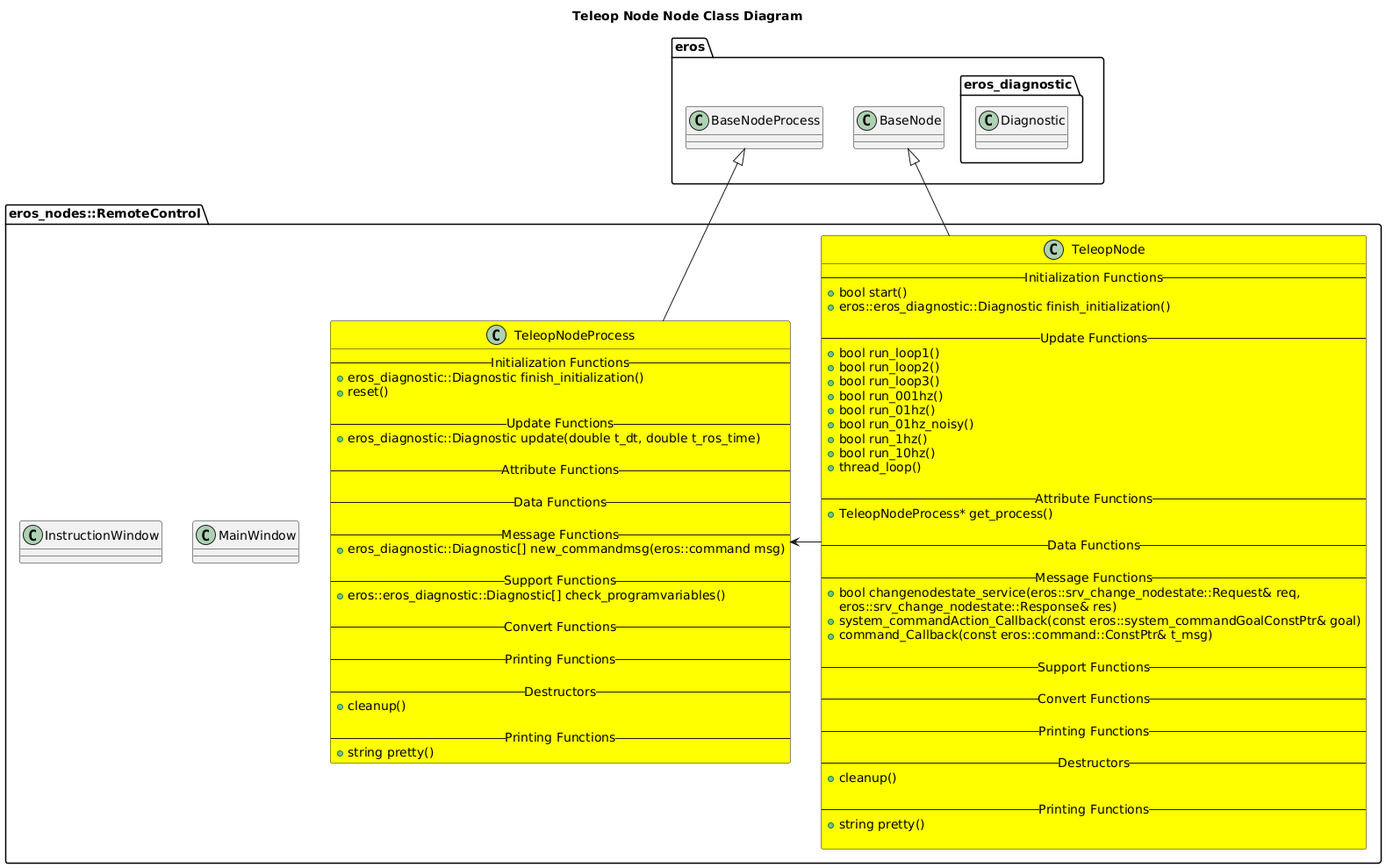
This is nodes/RemoteControl/TeleopNode/doc/output/TeleopNodeClassDiagram.png from fastrobotics/eros, a PlantUML export, as it was before one commit.
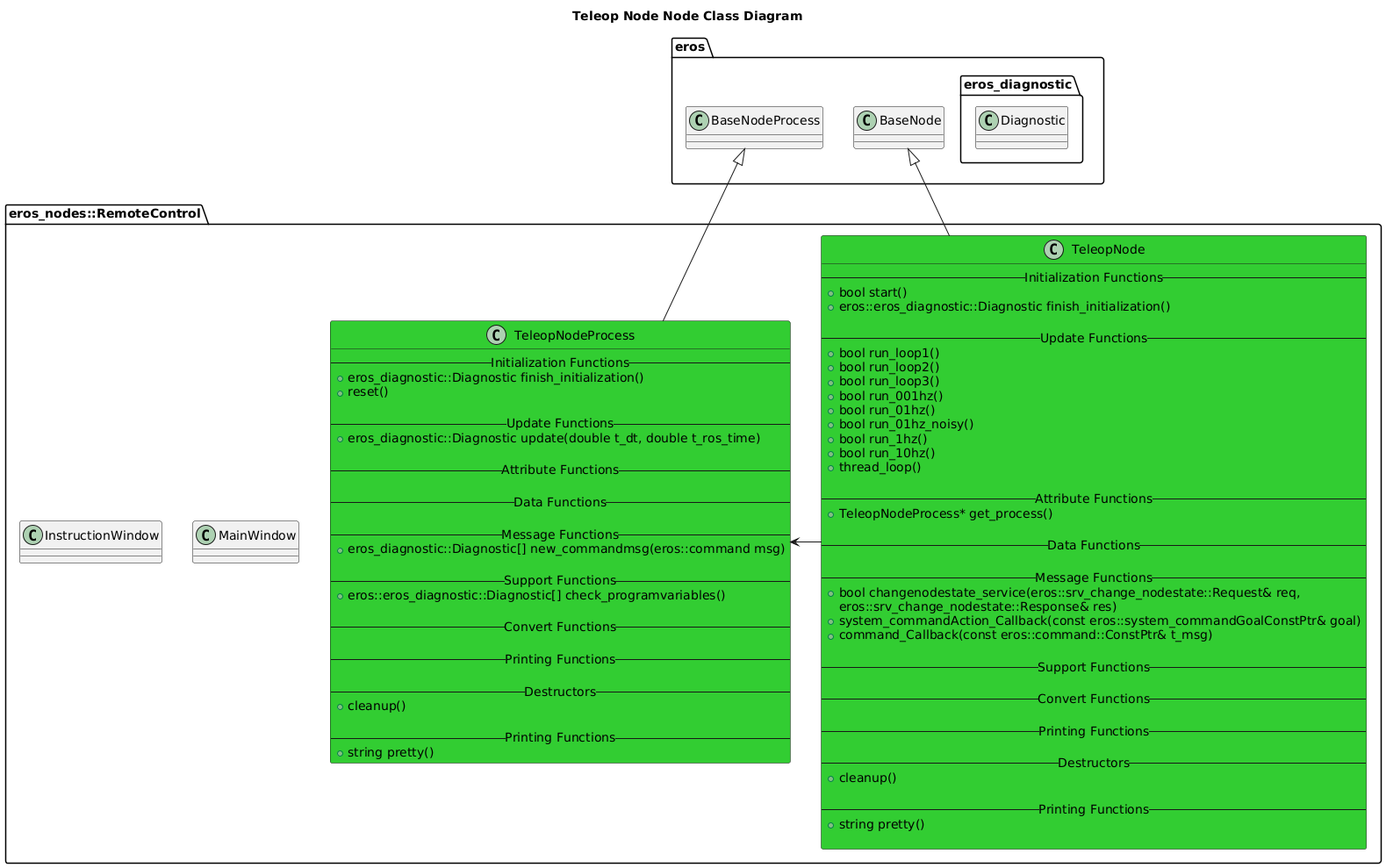
After the change.

Diff of the diagram source:
```diff
@@ -11,7 +11,7 @@
 namespace eros_nodes::RemoteControl {
     class MainWindow
     class InstructionWindow
-    class TeleopNode #Yellow {
+    class TeleopNode #LimeGreen {
         -- Initialization Functions --
         +bool start()
         +eros::eros_diagnostic::Diagnostic finish_initialization()
@@ -51,7 +51,7 @@
         +string pretty()
 
     }
-    class TeleopNodeProcess #Yellow {
+    class TeleopNodeProcess #LimeGreen {
         -- Initialization Functions --
         +eros_diagnostic::Diagnostic finish_initialization()
         +reset()
```
